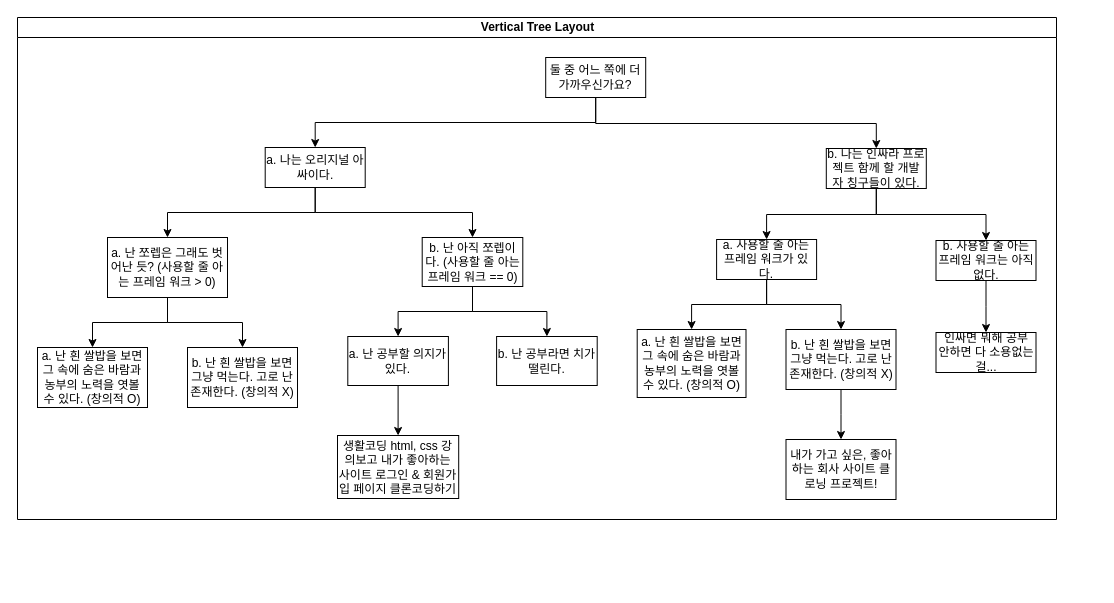
Above: src/question.drawio in seonjakim/side_project (draw.io), before the change. Source tidied: cells renumbered, new cells numbered last; positions are measured from the earlier drawing's top-left corner, leaving out a move shared by most shapes. Both pictures are drawn from the tidied source at 100%, with x=0, y=0 at pixel (17, 17).
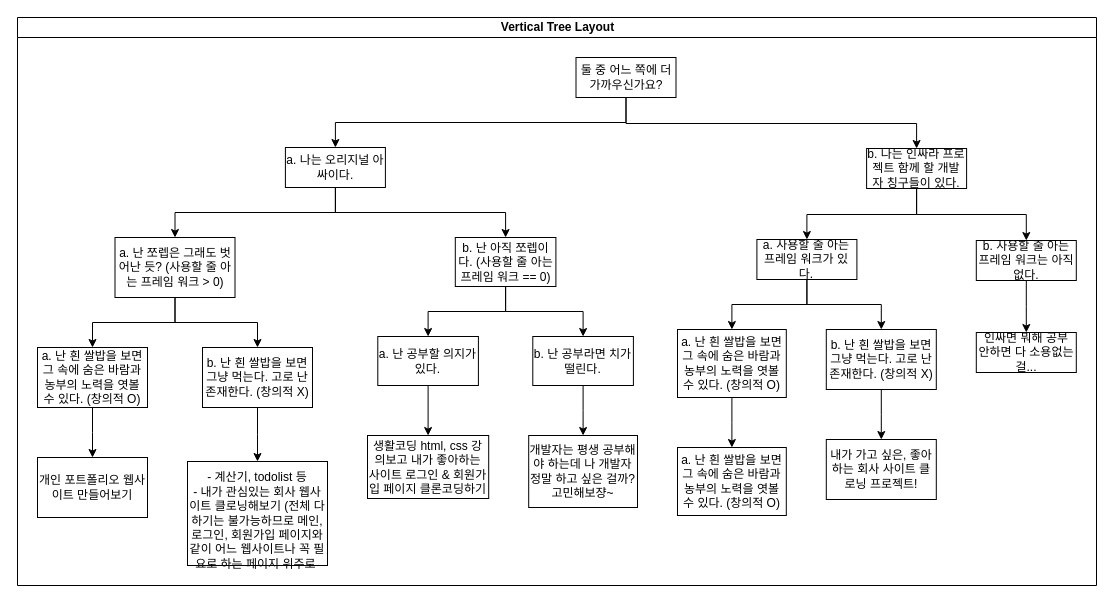
After the change.

Commit message (it also covers changes not shown here):
etc:add question pages

Unchanged cells that the change refers to:
```xml
<mxCell id="19" value="a. 난 흰 쌀밥을 보면 그 속에 숨은 바람과 농부의 노력을 엿볼 수 있다. (창의적 O)" style="whiteSpace=wrap;html=1;" parent="2" vertex="1">
  <mxGeometry x="20" y="330" width="110" height="60" as="geometry" />
</mxCell>
```

Change to the diagram source:
```diff
@@
     <mxCell id="2" value="Vertical Tree Layout" style="swimlane;html=1;startSize=20;horizontal=1;horizontalTree=0;containerType=tree;" parent="1" vertex="1">
-      <mxGeometry width="1039" height="502" as="geometry" />
+      <mxGeometry width="1079" height="568" as="geometry" />
     </mxCell>
     <mxCell id="3" value="둘 중 어느 쪽에 더 가까우신가요?" style="whiteSpace=wrap;html=1;" parent="2" vertex="1">
-      <mxGeometry x="528.2" y="40" width="100" height="40" as="geometry" />
+      <mxGeometry x="558.5" y="40" width="100" height="40" as="geometry" />
     </mxCell>
     <mxCell id="4" value="a. 나는 오리지널 아싸이다." style="whiteSpace=wrap;html=1;" parent="2" vertex="1">
-      <mxGeometry x="247.7" y="130" width="100" height="40" as="geometry" />
+      <mxGeometry x="267.9" y="130" width="100" height="40" as="geometry" />
     </mxCell>
@@
     <mxCell id="6" value="b. 나는 인싸라 프로젝트 함께 할 개발자 칭구들이 있다." style="whiteSpace=wrap;html=1;" parent="2" vertex="1">
-      <mxGeometry x="808.8" y="131" width="100" height="40" as="geometry" />
+      <mxGeometry x="849.1" y="131" width="100" height="40" as="geometry" />
     </mxCell>
@@
     <mxCell id="9" value="a. 난 쪼렙은 그래도 벗어난 듯? (사용할 줄 아는 프레임 워크 &amp;gt; 0)" style="whiteSpace=wrap;html=1;" parent="2" vertex="1">
-      <mxGeometry x="90" y="220" width="120" height="60" as="geometry" />
+      <mxGeometry x="97.5" y="220" width="120" height="60" as="geometry" />
     </mxCell>
@@
     <mxCell id="11" value="b. 난 아직 쪼렙이다. (사용할 줄 아는 프레임 워크 == 0)" style="whiteSpace=wrap;html=1;" parent="2" vertex="1">
-      <mxGeometry x="404.7" y="220" width="100.6" height="49" as="geometry" />
+      <mxGeometry x="437.8" y="220" width="100.6" height="49" as="geometry" />
     </mxCell>
@@
     <mxCell id="13" value="a. 사용할 줄 아는 프레임 워크가 있다." style="whiteSpace=wrap;html=1;" parent="2" vertex="1">
-      <mxGeometry x="699.1" y="222" width="100" height="40" as="geometry" />
+      <mxGeometry x="739.4" y="222" width="100" height="40" as="geometry" />
     </mxCell>
@@
     <mxCell id="15" value="b. 사용할 줄 아는 프레임 워크는 아직 없다." style="whiteSpace=wrap;html=1;" parent="2" vertex="1">
-      <mxGeometry x="918.5" y="223" width="100" height="40" as="geometry" />
+      <mxGeometry x="958.8" y="223" width="100" height="40" as="geometry" />
     </mxCell>
     <mxCell id="16" style="edgeStyle=elbowEdgeStyle;elbow=vertical;html=1;rounded=0;" parent="2" edge="1" target="17">
       <mxGeometry relative="1" as="geometry">
-        <mxPoint x="433.5" y="435.1" as="sourcePoint" />
+        <mxPoint x="463.8" y="435.1" as="sourcePoint" />
       </mxGeometry>
     </mxCell>
     <mxCell id="17" value="생활코딩 html, css 강의보고 내가 좋아하는 사이트 로그인 &amp;amp; 회원가입 페이지 클론코딩하기" style="whiteSpace=wrap;html=1;" parent="2" vertex="1">
-      <mxGeometry x="320" y="418" width="121.2" height="63" as="geometry" />
+      <mxGeometry x="350" y="418" width="121.2" height="63" as="geometry" />
     </mxCell>
@@
     <mxCell id="21" value="b. 난 흰 쌀밥을 보면 그냥 먹는다. 고로 난 존재한다. (창의적 X)" style="whiteSpace=wrap;html=1;" parent="2" vertex="1">
-      <mxGeometry x="170" y="330" width="110" height="60" as="geometry" />
+      <mxGeometry x="185" y="330" width="110" height="60" as="geometry" />
     </mxCell>
@@
     <mxCell id="23" value="인싸면 뭐해 공부 안하면 다 소용없는 걸..." style="whiteSpace=wrap;html=1;" parent="2" vertex="1">
-      <mxGeometry x="918.5" y="315" width="100" height="40" as="geometry" />
+      <mxGeometry x="958.8" y="315" width="100" height="40" as="geometry" />
     </mxCell>
@@
     <mxCell id="25" value="a. 난 흰 쌀밥을 보면 그 속에 숨은 바람과 농부의 노력을 엿볼 수 있다. (창의적 O)" style="whiteSpace=wrap;html=1;" parent="2" vertex="1">
-      <mxGeometry x="619.7" y="312" width="108.8" height="68" as="geometry" />
+      <mxGeometry x="660" y="312" width="108.8" height="68" as="geometry" />
     </mxCell>
@@
     <mxCell id="27" value="b. 난 흰 쌀밥을 보면 그냥 먹는다. 고로 난 존재한다. (창의적 X)" style="whiteSpace=wrap;html=1;" parent="2" vertex="1">
-      <mxGeometry x="768.5" y="312" width="110" height="60" as="geometry" />
+      <mxGeometry x="808.8" y="312" width="110" height="60" as="geometry" />
     </mxCell>
@@
     <mxCell id="29" value="내가 가고 싶은, 좋아하는 회사 사이트 클로닝 프로젝트!" style="whiteSpace=wrap;html=1;" parent="2" vertex="1">
-      <mxGeometry x="768.5" y="422" width="110" height="60" as="geometry" />
+      <mxGeometry x="808.8" y="422" width="110" height="60" as="geometry" />
     </mxCell>
@@
     <mxCell id="32" value="a. 난 공부할 의지가 있다." style="whiteSpace=wrap;html=1;" parent="2" vertex="1">
-      <mxGeometry x="330.3" y="319" width="100.6" height="49" as="geometry" />
+      <mxGeometry x="360.3" y="319" width="100.6" height="49" as="geometry" />
     </mxCell>
@@
     <mxCell id="34" value="b. 난 공부라면 치가 떨린다." style="whiteSpace=wrap;html=1;" parent="2" vertex="1">
-      <mxGeometry x="479.1" y="319" width="100.6" height="49" as="geometry" />
+      <mxGeometry x="515.3" y="319" width="100.6" height="49" as="geometry" />
     </mxCell>
+    <mxCell id="35" style="edgeStyle=elbowEdgeStyle;elbow=vertical;html=1;rounded=0;" parent="2" edge="1" source="34" target="36">
+      <mxGeometry relative="1" as="geometry" />
+    </mxCell>
+    <mxCell id="36" value="개발자는 평생 공부해야 하는데 나 개발자 정말 하고 싶은 걸까? 고민해보쟝~" style="whiteSpace=wrap;html=1;" parent="2" vertex="1">
+      <mxGeometry x="511.2" y="418" width="108.8" height="72" as="geometry" />
+    </mxCell>
+    <mxCell id="37" style="edgeStyle=elbowEdgeStyle;elbow=vertical;html=1;rounded=0;" parent="2" edge="1" source="21" target="38">
+      <mxGeometry relative="1" as="geometry" />
+    </mxCell>
+    <mxCell id="38" value="&lt;br&gt;- 계산기, todolist 등&lt;br&gt;- 내가 관심있는 회사 웹사이트 클로닝해보기 (전체 다 하기는 불가능하므로 메인, 로그인, 회원가입 페이지와 같이 어느 웹사이트나 꼭 필요로 하는 페이지 위주로&amp;nbsp;" style="whiteSpace=wrap;html=1;" parent="2" vertex="1">
+      <mxGeometry x="170" y="444" width="140" height="104" as="geometry" />
+    </mxCell>
+    <mxCell id="39" style="edgeStyle=elbowEdgeStyle;elbow=vertical;html=1;rounded=0;" parent="2" edge="1" source="19" target="40">
+      <mxGeometry relative="1" as="geometry" />
+    </mxCell>
+    <mxCell id="40" value="개인 포트폴리오 웹사이트 만들어보기" style="whiteSpace=wrap;html=1;" parent="2" vertex="1">
+      <mxGeometry x="20" y="440" width="110" height="60" as="geometry" />
+    </mxCell>
+    <mxCell id="41" style="edgeStyle=elbowEdgeStyle;elbow=vertical;html=1;rounded=0;" parent="2" edge="1" source="25" target="42">
+      <mxGeometry relative="1" as="geometry" />
+    </mxCell>
+    <mxCell id="42" value="a. 난 흰 쌀밥을 보면 그 속에 숨은 바람과 농부의 노력을 엿볼 수 있다. (창의적 O)" style="whiteSpace=wrap;html=1;" parent="2" vertex="1">
+      <mxGeometry x="660" y="430" width="108.8" height="68" as="geometry" />
+    </mxCell>
```
